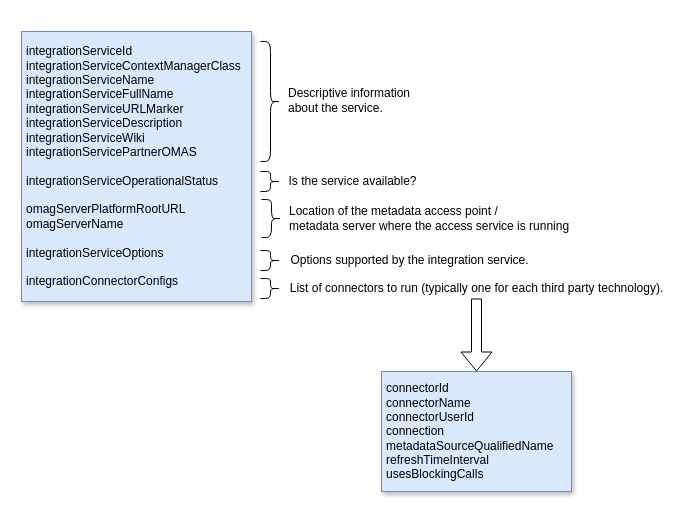
Before: page "integration-connector-configuration" (4 of 4) of open-metadata-implementation/governance-servers/integration-daemon-services/docs/integration-daemon.drawio in odpi/egeria, a draw.io diagram. Source tidied: cells renumbered, new cells numbered last; positions are measured from the earlier drawing's top-left corner, leaving out a move shared by most shapes. Both pictures are drawn from the tidied source at 100%, with x=0, y=0 at pixel (21, 31).
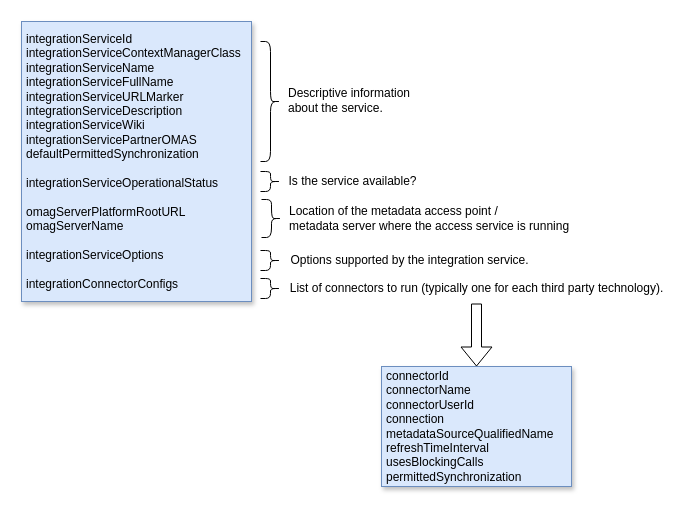
Above is the later version.

Commit message (it also covers changes not shown here):
Add PermittedSynchronization to Integration Daemon

What changed in the source:
```diff
@@
 <mxGraphModel>
   <root>
     <mxCell id="0" />
     <mxCell id="1" parent="0" />
-    <mxCell id="2" value="&lt;div&gt;integrationServiceId&amp;nbsp; &amp;nbsp; &amp;nbsp; &amp;nbsp; &amp;nbsp; &amp;nbsp; &amp;nbsp; &amp;nbsp; &amp;nbsp;&lt;/div&gt;&lt;div&gt;integrationServiceContextManagerClass&lt;/div&gt;&lt;div&gt;integrationServiceName&amp;nbsp; &amp;nbsp; &amp;nbsp; &amp;nbsp; &amp;nbsp; &amp;nbsp; &amp;nbsp; &amp;nbsp;&lt;/div&gt;&lt;div&gt;integrationServiceFullName&amp;nbsp; &amp;nbsp; &amp;nbsp; &amp;nbsp; &amp;nbsp; &amp;nbsp;&lt;/div&gt;&lt;div&gt;integrationServiceURLMarker&amp;nbsp; &amp;nbsp; &amp;nbsp; &amp;nbsp; &amp;nbsp;&amp;nbsp;&lt;/div&gt;&lt;div&gt;integrationServiceDescription&amp;nbsp; &amp;nbsp; &amp;nbsp; &amp;nbsp;&amp;nbsp;&lt;/div&gt;&lt;div&gt;integrationServiceWiki&amp;nbsp; &amp;nbsp; &amp;nbsp; &amp;nbsp; &amp;nbsp; &amp;nbsp; &amp;nbsp; &amp;nbsp;&lt;/div&gt;&lt;div&gt;integrationServicePartnerOMAS&lt;/div&gt;&lt;div&gt;&amp;nbsp; &amp;nbsp; &amp;nbsp; &amp;nbsp;&lt;/div&gt;&lt;div&gt;integrationServiceOperationalStatus&lt;/div&gt;&lt;div&gt;&lt;br&gt;&lt;/div&gt;&lt;div&gt;omagServerPlatformRootURL&lt;br&gt;&lt;/div&gt;&lt;div&gt;omagServerName&lt;/div&gt;&lt;div&gt;&lt;br&gt;&lt;/div&gt;&lt;div&gt;integrationServiceOptions&lt;/div&gt;&lt;div&gt;&amp;nbsp; &amp;nbsp; &amp;nbsp; &amp;nbsp; &amp;nbsp; &amp;nbsp;&amp;nbsp;&lt;/div&gt;&lt;div&gt;integrationConnectorConfigs&amp;nbsp; &amp;nbsp; &amp;nbsp; &amp;nbsp; &amp;nbsp;&amp;nbsp;&lt;/div&gt;" style="rounded=0;whiteSpace=wrap;html=1;align=left;spacingLeft=3;fillColor=#dae8fc;strokeColor=#6c8ebf;shadow=1;" parent="1" vertex="1">
-      <mxGeometry width="230" height="270" as="geometry" />
+    <mxCell id="2" value="&lt;div&gt;integrationServiceId&amp;nbsp; &amp;nbsp; &amp;nbsp; &amp;nbsp; &amp;nbsp; &amp;nbsp; &amp;nbsp; &amp;nbsp; &amp;nbsp;&lt;/div&gt;&lt;div&gt;integrationServiceContextManagerClass&lt;/div&gt;&lt;div&gt;integrationServiceName&amp;nbsp; &amp;nbsp; &amp;nbsp; &amp;nbsp; &amp;nbsp; &amp;nbsp; &amp;nbsp; &amp;nbsp;&lt;/div&gt;&lt;div&gt;integrationServiceFullName&amp;nbsp; &amp;nbsp; &amp;nbsp; &amp;nbsp; &amp;nbsp; &amp;nbsp;&lt;/div&gt;&lt;div&gt;integrationServiceURLMarker&amp;nbsp; &amp;nbsp; &amp;nbsp; &amp;nbsp; &amp;nbsp;&amp;nbsp;&lt;/div&gt;&lt;div&gt;integrationServiceDescription&amp;nbsp; &amp;nbsp; &amp;nbsp; &amp;nbsp;&amp;nbsp;&lt;/div&gt;&lt;div&gt;integrationServiceWiki&amp;nbsp; &amp;nbsp; &amp;nbsp; &amp;nbsp; &amp;nbsp; &amp;nbsp; &amp;nbsp; &amp;nbsp;&lt;/div&gt;&lt;div&gt;integrationServicePartnerOMAS&lt;/div&gt;&lt;div&gt;defaultPermittedSynchronization&lt;/div&gt;&lt;div&gt;&amp;nbsp; &amp;nbsp; &amp;nbsp; &amp;nbsp;&lt;/div&gt;&lt;div&gt;integrationServiceOperationalStatus&lt;/div&gt;&lt;div&gt;&lt;br&gt;&lt;/div&gt;&lt;div&gt;omagServerPlatformRootURL&lt;br&gt;&lt;/div&gt;&lt;div&gt;omagServerName&lt;/div&gt;&lt;div&gt;&lt;br&gt;&lt;/div&gt;&lt;div&gt;integrationServiceOptions&lt;/div&gt;&lt;div&gt;&amp;nbsp; &amp;nbsp; &amp;nbsp; &amp;nbsp; &amp;nbsp; &amp;nbsp;&amp;nbsp;&lt;/div&gt;&lt;div&gt;integrationConnectorConfigs&amp;nbsp; &amp;nbsp; &amp;nbsp; &amp;nbsp; &amp;nbsp;&amp;nbsp;&lt;/div&gt;" style="rounded=0;whiteSpace=wrap;html=1;align=left;spacingLeft=3;fillColor=#dae8fc;strokeColor=#6c8ebf;shadow=1;" parent="1" vertex="1">
+      <mxGeometry y="-10" width="230" height="280" as="geometry" />
     </mxCell>
     <mxCell id="3" style="shape=curlyBracket;whiteSpace=wrap;html=1;rounded=1;align=left;rotation=-180;" parent="1" vertex="1">
       <mxGeometry x="239" y="10" width="20" height="120" as="geometry" />
     </mxCell>
     <mxCell id="4" value="Descriptive information&lt;br&gt;about the service." style="text;html=1;align=left;verticalAlign=middle;" parent="1" vertex="1">
       <mxGeometry x="265" y="54" width="140" height="30" as="geometry" />
     </mxCell>
     <mxCell id="5" style="shape=curlyBracket;whiteSpace=wrap;html=1;rounded=1;align=left;rotation=-180;" parent="1" vertex="1">
       <mxGeometry x="239" y="140" width="20" height="20" as="geometry" />
     </mxCell>
     <mxCell id="6" value="Is the service available?" style="text;html=1;align=center;verticalAlign=middle;" parent="1" vertex="1">
       <mxGeometry x="261" y="140" width="140" height="20" as="geometry" />
     </mxCell>
     <mxCell id="7" style="shape=curlyBracket;whiteSpace=wrap;html=1;rounded=1;align=left;rotation=-180;" parent="1" vertex="1">
       <mxGeometry x="239" y="219" width="20" height="20" as="geometry" />
     </mxCell>
     <mxCell id="8" value="Options supported by the integration service." style="text;html=1;align=center;verticalAlign=middle;" parent="1" vertex="1">
       <mxGeometry x="263" y="219" width="250" height="20" as="geometry" />
     </mxCell>
     <mxCell id="9" style="shape=curlyBracket;whiteSpace=wrap;html=1;rounded=1;align=left;rotation=-180;size=0.5;" parent="1" vertex="1">
       <mxGeometry x="239" y="247" width="20" height="20" as="geometry" />
     </mxCell>
     <mxCell id="10" value="List of connectors to run (typically one for each third party technology)." style="text;html=1;align=center;verticalAlign=middle;points=[];" parent="1" vertex="1">
       <mxGeometry x="260" y="247" width="390" height="20" as="geometry" />
     </mxCell>
-    <mxCell id="11" value="&lt;div&gt;connectorId&amp;nbsp; &amp;nbsp; &amp;nbsp; &amp;nbsp; &amp;nbsp; &amp;nbsp; &amp;nbsp; &amp;nbsp;&amp;nbsp;&lt;/div&gt;&lt;div&gt;connectorName&lt;/div&gt;&lt;div&gt;connectorUserId&amp;nbsp; &amp;nbsp; &amp;nbsp; &amp;nbsp; &amp;nbsp; &amp;nbsp; &amp;nbsp;&amp;nbsp;&lt;/div&gt;&lt;div&gt;connection&amp;nbsp; &amp;nbsp; &amp;nbsp; &amp;nbsp; &amp;nbsp; &amp;nbsp; &amp;nbsp; &amp;nbsp; &amp;nbsp;&lt;/div&gt;&lt;div&gt;metadataSourceQualifiedName&lt;/div&gt;&lt;div&gt;refreshTimeInterval&amp;nbsp; &amp;nbsp; &amp;nbsp; &amp;nbsp;&amp;nbsp;&lt;/div&gt;&lt;div&gt;usesBlockingCalls&amp;nbsp; &amp;nbsp; &amp;nbsp; &amp;nbsp; &amp;nbsp;&lt;/div&gt;" style="whiteSpace=wrap;html=1;align=left;spacingLeft=3;fillColor=#dae8fc;strokeColor=#6c8ebf;shadow=1;" parent="1" vertex="1">
-      <mxGeometry x="360" y="340" width="190" height="120" as="geometry" />
+    <mxCell id="11" value="&lt;div&gt;connectorId&amp;nbsp; &amp;nbsp; &amp;nbsp; &amp;nbsp; &amp;nbsp; &amp;nbsp; &amp;nbsp; &amp;nbsp;&amp;nbsp;&lt;/div&gt;&lt;div&gt;connectorName&lt;/div&gt;&lt;div&gt;connectorUserId&amp;nbsp; &amp;nbsp; &amp;nbsp; &amp;nbsp; &amp;nbsp; &amp;nbsp; &amp;nbsp;&amp;nbsp;&lt;/div&gt;&lt;div&gt;connection&amp;nbsp; &amp;nbsp; &amp;nbsp; &amp;nbsp; &amp;nbsp; &amp;nbsp; &amp;nbsp; &amp;nbsp; &amp;nbsp;&lt;/div&gt;&lt;div&gt;metadataSourceQualifiedName&lt;/div&gt;&lt;div&gt;refreshTimeInterval&amp;nbsp; &amp;nbsp; &amp;nbsp; &amp;nbsp;&amp;nbsp;&lt;/div&gt;&lt;div&gt;usesBlockingCalls&lt;/div&gt;&lt;div&gt;permittedSynchronization&amp;nbsp; &amp;nbsp; &amp;nbsp; &amp;nbsp; &amp;nbsp;&lt;/div&gt;" style="whiteSpace=wrap;html=1;align=left;spacingLeft=3;fillColor=#dae8fc;strokeColor=#6c8ebf;shadow=1;" parent="1" vertex="1">
+      <mxGeometry x="360" y="335" width="190" height="120" as="geometry" />
     </mxCell>
-    <mxCell id="12" style="shape=flexArrow;endArrow=classic;html=1;entryX=0.5;entryY=0;entryDx=0;entryDy=0;" parent="1" edge="1" source="10" target="11">
+    <mxCell id="12" style="shape=flexArrow;endArrow=classic;html=1;entryX=0.5;entryY=0;entryDx=0;entryDy=0;sourcePerimeterSpacing=5;targetPerimeterSpacing=6;" parent="1" edge="1" source="10" target="11">
       <mxGeometry relative="1" as="geometry" />
     </mxCell>
     <mxCell id="13" style="shape=curlyBracket;whiteSpace=wrap;html=1;rounded=1;align=left;rotation=-180;" parent="1" vertex="1">
       <mxGeometry x="240" y="168" width="20" height="38" as="geometry" />
     </mxCell>
     <mxCell id="14" value="Location of the metadata access point /&lt;br&gt;metadata server where the access service is running" style="text;html=1;align=left;verticalAlign=middle;" parent="1" vertex="1">
       <mxGeometry x="266" y="172" width="300" height="30" as="geometry" />
     </mxCell>
   </root>
 </mxGraphModel>
```
